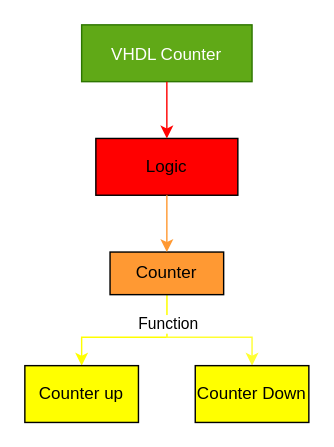
The draw.io diagram 1/BreakDown.drawio in gordonpow/lab_hardware_test, before the edit. Source tidied: cells renumbered, new cells numbered last; positions are measured from the earlier drawing's top-left corner, leaving out a move shared by most shapes. Both pictures are drawn from the tidied source at 142%, with x=0, y=0 at pixel (24, 24).
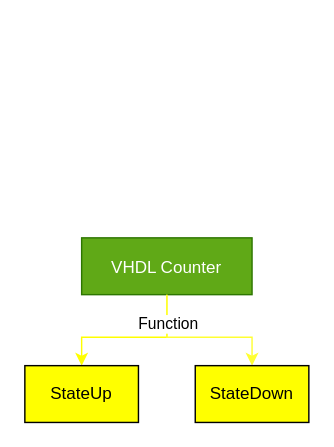
The same diagram, later.

Change to the diagram source:
```diff
@@
 <mxGraphModel>
   <root>
     <mxCell id="0" />
     <mxCell id="1" parent="0" />
     <mxCell id="2" value="VHDL Counter" style="rounded=0;fillColor=#60a917;strokeColor=#2D7600;fontColor=#ffffff;" parent="1" vertex="1">
-      <mxGeometry x="40" width="120" height="40" as="geometry" />
+      <mxGeometry x="40" y="150" width="120" height="40" as="geometry" />
     </mxCell>
-    <mxCell id="3" value="&lt;font color=&quot;#000000&quot;&gt;Logic&lt;/font&gt;" style="rounded=0;whiteSpace=wrap;html=1;fillColor=#FF0000;" parent="1" vertex="1">
-      <mxGeometry x="50" y="80" width="100" height="40" as="geometry" />
-    </mxCell>
-    <mxCell id="4" style="edgeStyle=orthogonalEdgeStyle;rounded=0;jettySize=auto;html=1;strokeColor=#FF0000;fillColor=#a20025;" parent="1" edge="1" source="2" target="3">
-      <mxGeometry relative="1" as="geometry" />
-    </mxCell>
-    <mxCell id="5" style="html=1;exitX=0.5;exitY=1;exitDx=0;exitDy=0;entryX=0.5;entryY=0;entryDx=0;entryDy=0;rounded=0;strokeColor=#FFFF00;" parent="1" edge="1" source="8" target="10">
+    <mxCell id="5" style="html=1;exitX=0.5;exitY=1;exitDx=0;exitDy=0;entryX=0.5;entryY=0;entryDx=0;entryDy=0;rounded=0;strokeColor=#FFFF00;" parent="1" edge="1" target="10">
       <mxGeometry relative="1" as="geometry">
+        <mxPoint x="100" y="190" as="sourcePoint" />
         <Array as="points">
           <mxPoint x="100" y="220" />
           <mxPoint x="40" y="220" />
         </Array>
       </mxGeometry>
     </mxCell>
     <mxCell id="6" style="edgeStyle=none;html=1;exitX=0.5;exitY=1;exitDx=0;exitDy=0;entryX=0.5;entryY=0;entryDx=0;entryDy=0;rounded=0;strokeColor=#FFFF33;" parent="1" edge="1">
       <mxGeometry relative="1" as="geometry">
         <mxPoint x="100" y="190" as="sourcePoint" />
         <mxPoint x="160" y="240" as="targetPoint" />
         <Array as="points">
           <mxPoint x="100" y="220" />
           <mxPoint x="160" y="220" />
         </Array>
       </mxGeometry>
     </mxCell>
     <mxCell id="7" value="&lt;font style=&quot;background-color: rgb(255, 255, 255);&quot; color=&quot;#000000&quot;&gt;Function&lt;/font&gt;" style="edgeLabel;html=1;align=center;verticalAlign=middle;rounded=0;" parent="6" vertex="1">
       <mxGeometry x="-0.54" y="-1" relative="1" as="geometry">
         <mxPoint x="1" y="-5" as="offset" />
       </mxGeometry>
     </mxCell>
-    <mxCell id="8" value="&lt;font color=&quot;#000000&quot;&gt;Counter&lt;/font&gt;" style="rounded=0;whiteSpace=wrap;html=1;fillColor=#FF9933;" parent="1" vertex="1">
-      <mxGeometry x="60" y="160" width="80" height="30" as="geometry" />
-    </mxCell>
-    <mxCell id="9" style="edgeStyle=orthogonalEdgeStyle;rounded=0;jettySize=auto;html=1;strokeColor=#FF9933;" parent="1" edge="1" source="3" target="8">
-      <mxGeometry relative="1" as="geometry" />
-    </mxCell>
-    <mxCell id="10" value="&lt;font color=&quot;#000000&quot;&gt;Counter up&lt;/font&gt;" style="rounded=0;whiteSpace=wrap;html=1;fillColor=#FFFF00;" parent="1" vertex="1">
+    <mxCell id="10" value="&lt;span style=&quot;color: rgb(0, 0, 0);&quot;&gt;StateUp&lt;/span&gt;" style="rounded=0;whiteSpace=wrap;html=1;fillColor=#FFFF00;" parent="1" vertex="1">
       <mxGeometry y="240" width="80" height="40" as="geometry" />
     </mxCell>
-    <mxCell id="11" value="&lt;font color=&quot;#000000&quot;&gt;Counter Down&lt;/font&gt;" style="rounded=0;whiteSpace=wrap;html=1;fillColor=#FFFF00;" parent="1" vertex="1">
+    <mxCell id="11" value="&lt;span style=&quot;color: rgb(0, 0, 0);&quot;&gt;StateDown&lt;/span&gt;" style="rounded=0;whiteSpace=wrap;html=1;fillColor=#FFFF00;" parent="1" vertex="1">
       <mxGeometry x="120" y="240" width="80" height="40" as="geometry" />
     </mxCell>
   </root>
 </mxGraphModel>
```
